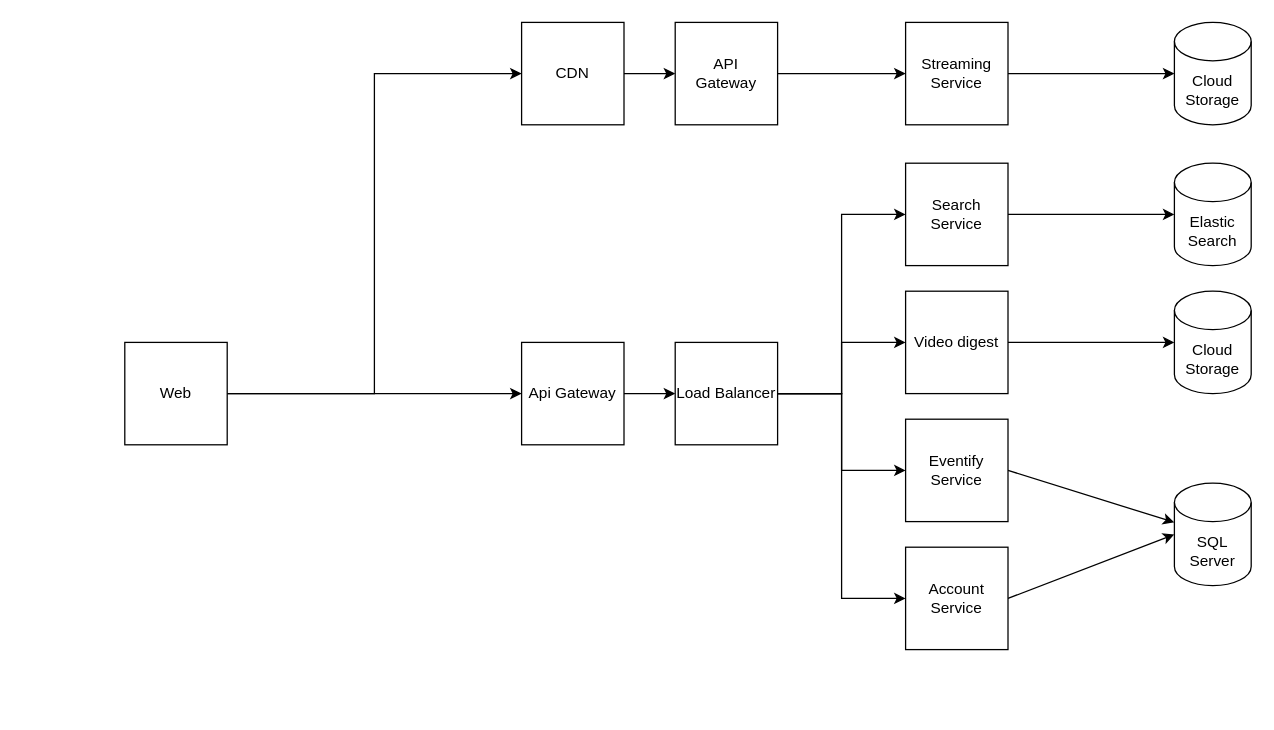
marcelog5/Eventify keeps this draw.io diagram as Eventify.drawio. Above is the earlier version. Source tidied: cells renumbered, new cells numbered last; positions are measured from the earlier drawing's top-left corner, leaving out a move shared by most shapes. Both pictures are drawn from the tidied source at 128%, with x=0, y=0 at pixel (124, 22).
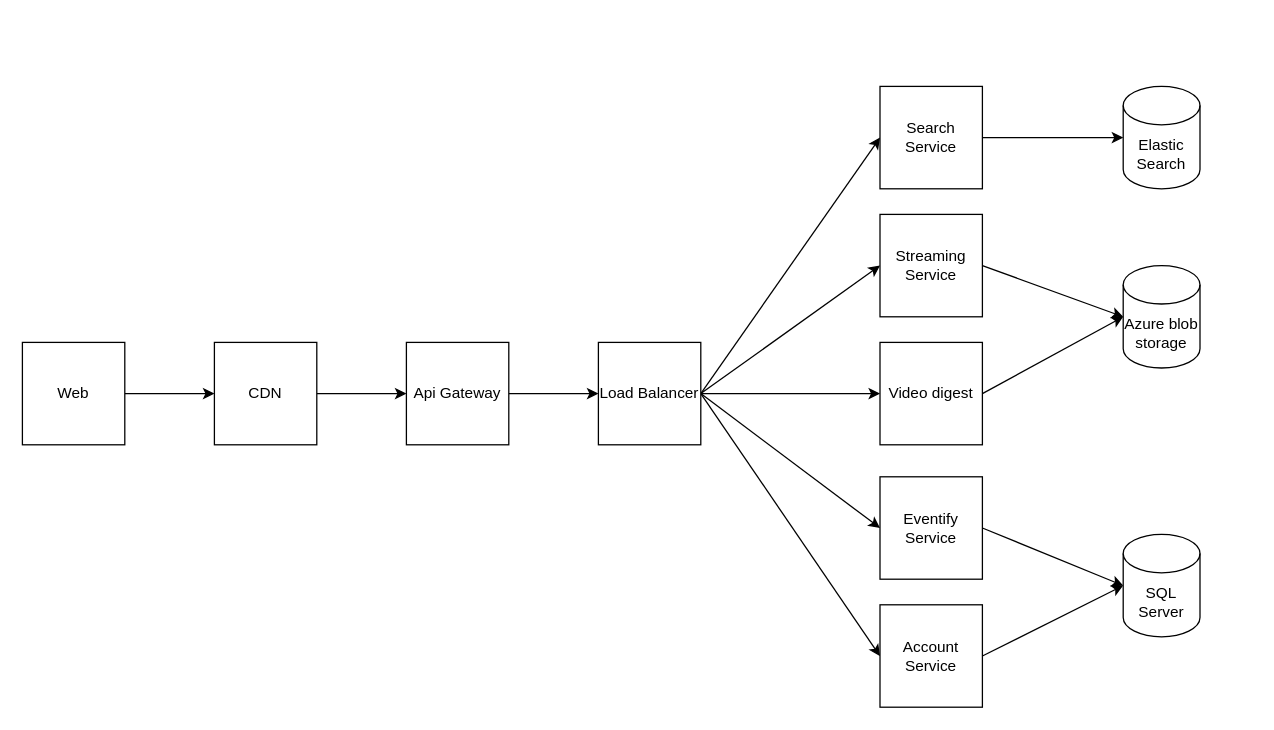
After the change.

Change to the diagram source:
```diff
@@
-    <mxCell id="2" style="edgeStyle=orthogonalEdgeStyle;rounded=0;jettySize=auto;html=1;entryX=0;entryY=0.5;entryDx=0;entryDy=0;" parent="1" edge="1" source="4" target="29">
-      <mxGeometry relative="1" as="geometry" />
-    </mxCell>
-    <mxCell id="3" style="edgeStyle=orthogonalEdgeStyle;rounded=0;jettySize=auto;html=1;exitX=1;exitY=0.5;exitDx=0;exitDy=0;entryX=0;entryY=0.5;entryDx=0;entryDy=0;" parent="1" edge="1" source="4" target="27">
+    <mxCell id="3" style="edgeStyle=orthogonalEdgeStyle;rounded=0;jettySize=auto;html=1;exitX=1;exitY=0.5;exitDx=0;exitDy=0;" parent="1" edge="1" source="4" target="27">
       <mxGeometry relative="1" as="geometry" />
     </mxCell>
     <mxCell id="4" value="Web" style="whiteSpace=wrap;html=1;" parent="1" vertex="1">
-      <mxGeometry y="250" width="80" height="80" as="geometry" />
+      <mxGeometry x="-80" y="250" width="80" height="80" as="geometry" />
     </mxCell>
-    <mxCell id="5" style="edgeStyle=orthogonalEdgeStyle;rounded=0;jettySize=auto;html=1;exitX=1;exitY=0.5;exitDx=0;exitDy=0;entryX=0;entryY=0.5;entryDx=0;entryDy=0;" parent="1" edge="1" source="9" target="19">
+    <mxCell id="5" style="rounded=0;jettySize=auto;html=1;exitX=1;exitY=0.5;exitDx=0;exitDy=0;entryX=0;entryY=0.5;entryDx=0;entryDy=0;" parent="1" edge="1" source="9" target="19">
       <mxGeometry relative="1" as="geometry" />
     </mxCell>
+    <mxCell id="30" style="rounded=0;jettySize=auto;html=1;exitX=1;exitY=0.5;exitDx=0;exitDy=0;entryX=0;entryY=0.5;entryDx=0;entryDy=0;" parent="1" edge="1" source="9" target="15">
+      <mxGeometry relative="1" as="geometry" />
+    </mxCell>
-    <mxCell id="6" style="edgeStyle=orthogonalEdgeStyle;rounded=0;jettySize=auto;html=1;exitX=1;exitY=0.5;exitDx=0;exitDy=0;" parent="1" edge="1" source="9" target="18">
+    <mxCell id="6" style="edgeStyle=orthogonalEdgeStyle;rounded=0;jettySize=auto;html=1;" parent="1" edge="1" source="9" target="18">
       <mxGeometry relative="1" as="geometry" />
     </mxCell>
-    <mxCell id="7" style="edgeStyle=orthogonalEdgeStyle;rounded=0;jettySize=auto;html=1;exitX=1;exitY=0.5;exitDx=0;exitDy=0;" parent="1" edge="1" source="9" target="11">
+    <mxCell id="7" style="rounded=0;jettySize=auto;html=1;entryX=0;entryY=0.5;entryDx=0;entryDy=0;exitX=1;exitY=0.5;exitDx=0;exitDy=0;" parent="1" edge="1" source="9" target="11">
       <mxGeometry relative="1" as="geometry" />
     </mxCell>
-    <mxCell id="8" style="edgeStyle=orthogonalEdgeStyle;rounded=0;jettySize=auto;html=1;exitX=1;exitY=0.5;exitDx=0;exitDy=0;entryX=0;entryY=0.5;entryDx=0;entryDy=0;" parent="1" edge="1" source="9" target="13">
+    <mxCell id="8" style="rounded=0;jettySize=auto;html=1;entryX=0;entryY=0.5;entryDx=0;entryDy=0;exitX=1;exitY=0.5;exitDx=0;exitDy=0;" parent="1" edge="1" source="9" target="13">
       <mxGeometry relative="1" as="geometry" />
     </mxCell>
     <mxCell id="9" value="Load Balancer" style="whiteSpace=wrap;html=1;" parent="1" vertex="1">
-      <mxGeometry x="430" y="250" width="80" height="80" as="geometry" />
+      <mxGeometry x="370" y="250" width="80" height="80" as="geometry" />
     </mxCell>
-    <mxCell id="10" style="rounded=0;jettySize=auto;html=1;exitX=1;exitY=0.5;exitDx=0;exitDy=0;" parent="1" edge="1" source="11" target="16">
+    <mxCell id="10" style="rounded=0;jettySize=auto;html=1;exitX=1;exitY=0.5;exitDx=0;exitDy=0;entryX=0;entryY=0.5;entryDx=0;entryDy=0;entryPerimeter=0;" parent="1" edge="1" source="11" target="16">
       <mxGeometry relative="1" as="geometry" />
     </mxCell>
     <mxCell id="11" value="Eventify Service" style="whiteSpace=wrap;html=1;" parent="1" vertex="1">
-      <mxGeometry x="610" y="310" width="80" height="80" as="geometry" />
+      <mxGeometry x="590" y="355" width="80" height="80" as="geometry" />
     </mxCell>
-    <mxCell id="12" style="rounded=0;jettySize=auto;html=1;exitX=1;exitY=0.5;exitDx=0;exitDy=0;" parent="1" edge="1" source="13">
-      <mxGeometry relative="1" as="geometry">
-        <mxPoint x="820" y="400" as="targetPoint" />
-      </mxGeometry>
-    </mxCell>
     <mxCell id="13" value="Account Service" style="whiteSpace=wrap;html=1;" parent="1" vertex="1">
-      <mxGeometry x="610" y="410" width="80" height="80" as="geometry" />
+      <mxGeometry x="590" y="455" width="80" height="80" as="geometry" />
     </mxCell>
-    <mxCell id="14" style="edgeStyle=orthogonalEdgeStyle;rounded=0;jettySize=auto;html=1;exitX=1;exitY=0.5;exitDx=0;exitDy=0;" parent="1" edge="1" source="15" target="17">
-      <mxGeometry relative="1" as="geometry" />
-    </mxCell>
     <mxCell id="15" value="Streaming Service" style="whiteSpace=wrap;html=1;" parent="1" vertex="1">
-      <mxGeometry x="610" width="80" height="80" as="geometry" />
+      <mxGeometry x="590" y="150" width="80" height="80" as="geometry" />
     </mxCell>
     <mxCell id="16" value="SQL Server" style="shape=cylinder3;whiteSpace=wrap;html=1;boundedLbl=1;backgroundOutline=1;size=15;" parent="1" vertex="1">
-      <mxGeometry x="820" y="360" width="60" height="80" as="geometry" />
+      <mxGeometry x="780" y="400" width="60" height="80" as="geometry" />
     </mxCell>
-    <mxCell id="17" value="Cloud Storage" style="shape=cylinder3;whiteSpace=wrap;html=1;boundedLbl=1;backgroundOutline=1;size=15;" parent="1" vertex="1">
-      <mxGeometry x="820" width="60" height="80" as="geometry" />
-    </mxCell>
     <mxCell id="18" value="Video digest" style="whiteSpace=wrap;html=1;" parent="1" vertex="1">
-      <mxGeometry x="610" y="210" width="80" height="80" as="geometry" />
+      <mxGeometry x="590" y="250" width="80" height="80" as="geometry" />
     </mxCell>
     <mxCell id="19" value="Search Service" style="whiteSpace=wrap;html=1;" parent="1" vertex="1">
-      <mxGeometry x="610" y="110" width="80" height="80" as="geometry" />
+      <mxGeometry x="590" y="50" width="80" height="80" as="geometry" />
     </mxCell>
-    <mxCell id="20" value="Cloud Storage" style="shape=cylinder3;whiteSpace=wrap;html=1;boundedLbl=1;backgroundOutline=1;size=15;" parent="1" vertex="1">
-      <mxGeometry x="820" y="210" width="60" height="80" as="geometry" />
-    </mxCell>
-    <mxCell id="21" style="edgeStyle=orthogonalEdgeStyle;rounded=0;jettySize=auto;html=1;exitX=1;exitY=0.5;exitDx=0;exitDy=0;" parent="1" edge="1" source="18" target="20">
-      <mxGeometry relative="1" as="geometry" />
-    </mxCell>
     <mxCell id="22" value="Elastic Search" style="shape=cylinder3;whiteSpace=wrap;html=1;boundedLbl=1;backgroundOutline=1;size=15;" parent="1" vertex="1">
-      <mxGeometry x="820" y="110" width="60" height="80" as="geometry" />
+      <mxGeometry x="780" y="50" width="60" height="80" as="geometry" />
     </mxCell>
@@
-    <mxCell id="24" style="edgeStyle=orthogonalEdgeStyle;rounded=0;jettySize=auto;html=1;exitX=1;exitY=0.5;exitDx=0;exitDy=0;entryX=0;entryY=0.5;entryDx=0;entryDy=0;" parent="1" edge="1" source="25" target="15">
-      <mxGeometry relative="1" as="geometry" />
-    </mxCell>
-    <mxCell id="25" value="API&lt;div&gt;Gateway&lt;/div&gt;" style="whiteSpace=wrap;html=1;" parent="1" vertex="1">
-      <mxGeometry x="430" width="80" height="80" as="geometry" />
-    </mxCell>
-    <mxCell id="26" style="edgeStyle=orthogonalEdgeStyle;rounded=0;jettySize=auto;html=1;exitX=1;exitY=0.5;exitDx=0;exitDy=0;entryX=0;entryY=0.5;entryDx=0;entryDy=0;" parent="1" edge="1" source="27" target="25">
-      <mxGeometry relative="1" as="geometry" />
-    </mxCell>
+    <mxCell id="31" style="edgeStyle=orthogonalEdgeStyle;rounded=0;jettySize=auto;html=1;" parent="1" edge="1" source="27" target="29">
+      <mxGeometry relative="1" as="geometry" />
+    </mxCell>
     <mxCell id="27" value="CDN" style="whiteSpace=wrap;html=1;" parent="1" vertex="1">
-      <mxGeometry x="310" width="80" height="80" as="geometry" />
+      <mxGeometry x="70" y="250" width="80" height="80" as="geometry" />
     </mxCell>
@@
     <mxCell id="29" value="Api Gateway" style="whiteSpace=wrap;html=1;" parent="1" vertex="1">
-      <mxGeometry x="310" y="250" width="80" height="80" as="geometry" />
+      <mxGeometry x="220" y="250" width="80" height="80" as="geometry" />
     </mxCell>
+    <mxCell id="32" style="rounded=0;jettySize=auto;html=1;exitX=1;exitY=0.5;exitDx=0;exitDy=0;entryX=0;entryY=0.5;entryDx=0;entryDy=0;entryPerimeter=0;" parent="1" edge="1" source="15" target="35">
+      <mxGeometry relative="1" as="geometry" />
+    </mxCell>
+    <mxCell id="33" style="rounded=0;jettySize=auto;html=1;exitX=1;exitY=0.5;exitDx=0;exitDy=0;entryX=0;entryY=0.5;entryDx=0;entryDy=0;entryPerimeter=0;" parent="1" edge="1" source="18" target="35">
+      <mxGeometry relative="1" as="geometry" />
+    </mxCell>
+    <mxCell id="34" style="rounded=0;jettySize=auto;html=1;entryX=0;entryY=0.5;entryDx=0;entryDy=0;entryPerimeter=0;exitX=1;exitY=0.5;exitDx=0;exitDy=0;" parent="1" edge="1" source="13" target="16">
+      <mxGeometry relative="1" as="geometry" />
+    </mxCell>
+    <mxCell id="35" value="Azure blob storage" style="shape=cylinder3;whiteSpace=wrap;html=1;boundedLbl=1;backgroundOutline=1;size=15;" parent="1" vertex="1">
+      <mxGeometry x="780" y="190" width="60" height="80" as="geometry" />
+    </mxCell>
```
